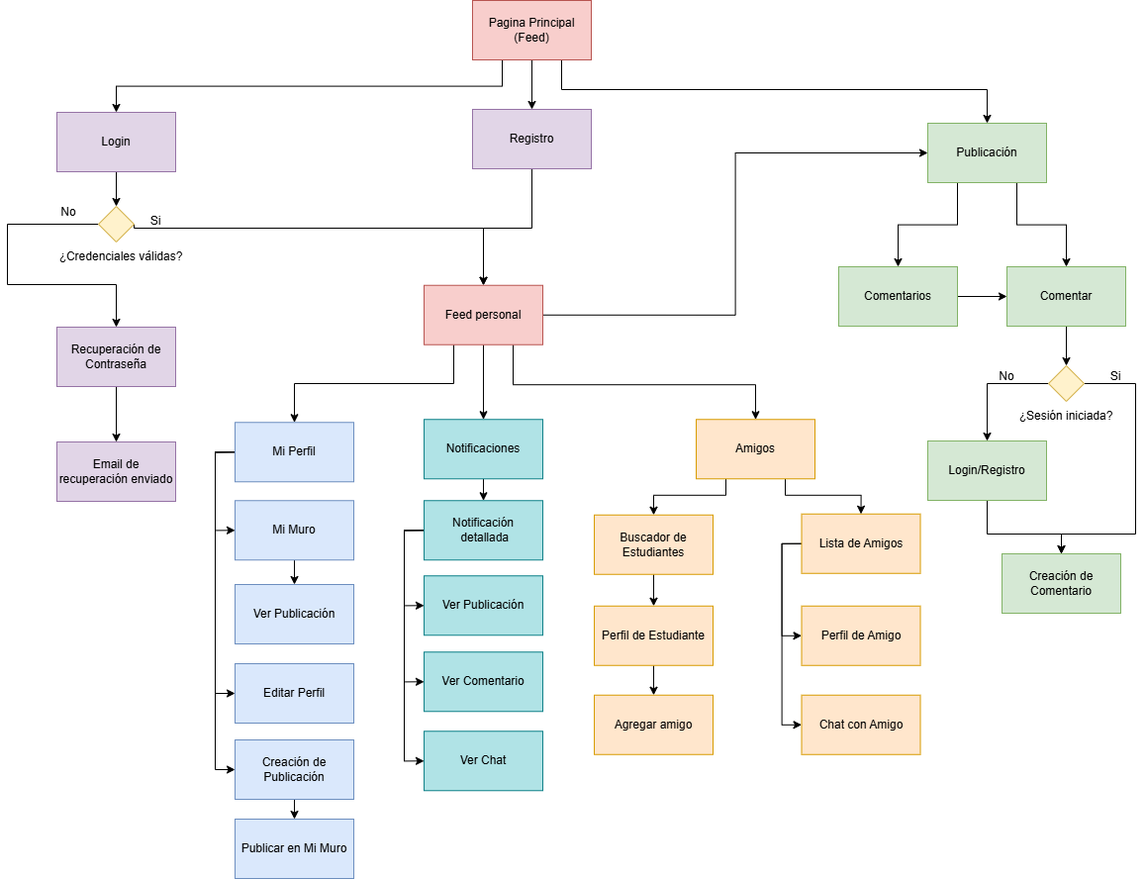
Above: doc/NavigationMap.png in Jcova2003/Proyecto-ATI-Grupo-5 (draw.io), before the change. Source tidied: cells renumbered, new cells last; positions are measured from the earlier drawing's top-left corner, leaving out a move shared by most shapes.
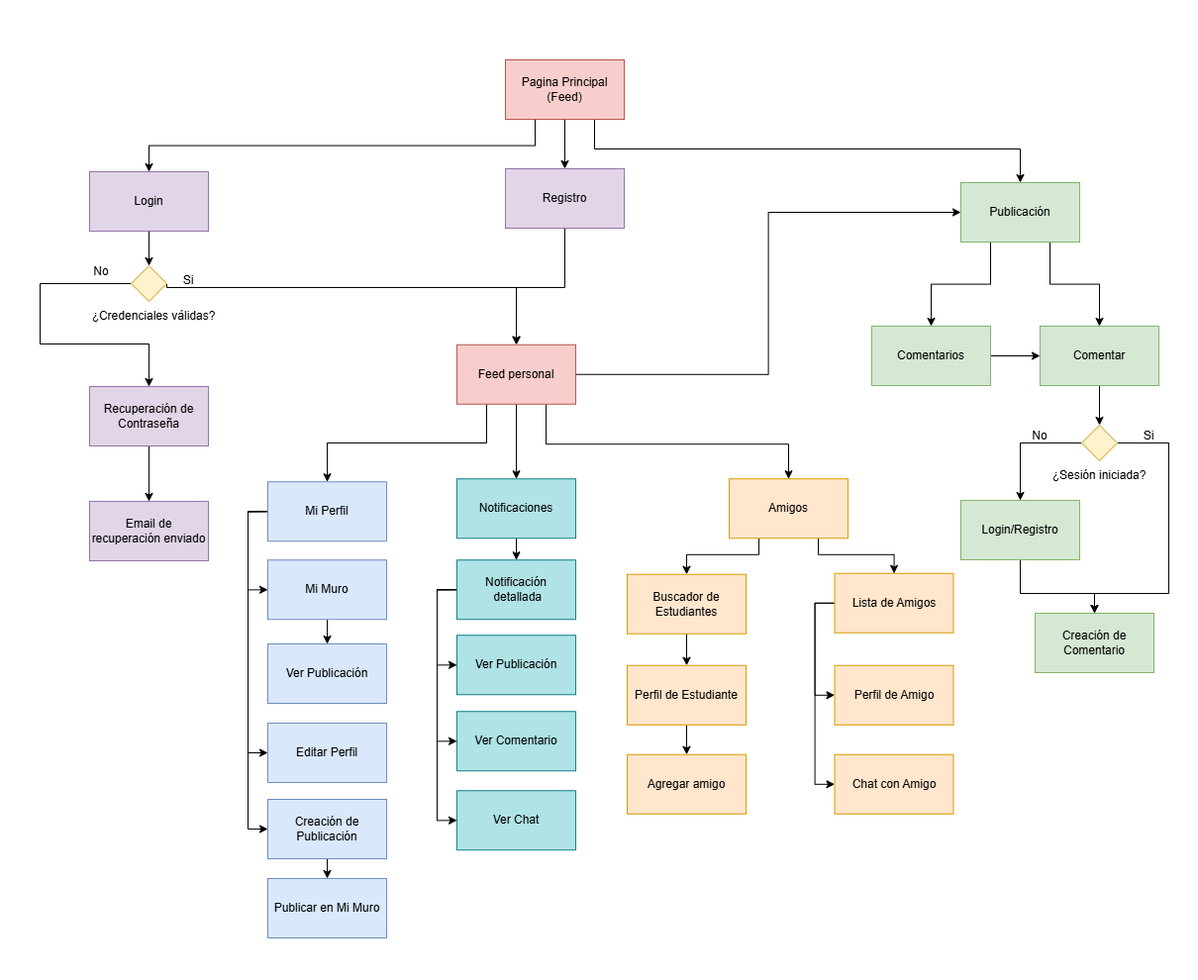
The same diagram one commit later.

Change to the diagram source:
```diff
@@ -2,6 +2,9 @@
   <root>
     <mxCell id="0" />
     <mxCell id="1" parent="0" />
+    <mxCell id="73" style="rounded=0;whiteSpace=wrap;html=1;strokeColor=none;" parent="1" vertex="1">
+      <mxGeometry x="-40" y="-60" width="1210" height="990" as="geometry" />
+    </mxCell>
     <mxCell id="2" style="edgeStyle=orthogonalEdgeStyle;rounded=0;jettySize=auto;html=1;exitX=0.5;exitY=1;exitDx=0;exitDy=0;entryX=0.5;entryY=0;entryDx=0;entryDy=0;" parent="1" edge="1" source="3" target="67">
       <mxGeometry relative="1" as="geometry" />
     </mxCell>
```
